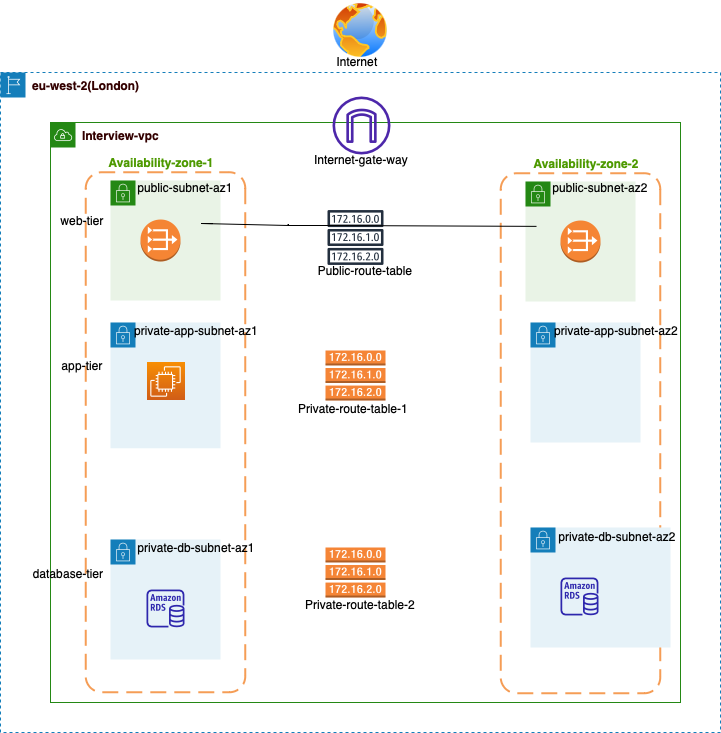
This is modules/vpc/vpc.drawio.png from Okawuma/IAC-VPC, a draw.io export, as it was before one commit. Source tidied: cells renumbered, new cells last; positions are measured from the earlier drawing's top-left corner, leaving out a move shared by most shapes.
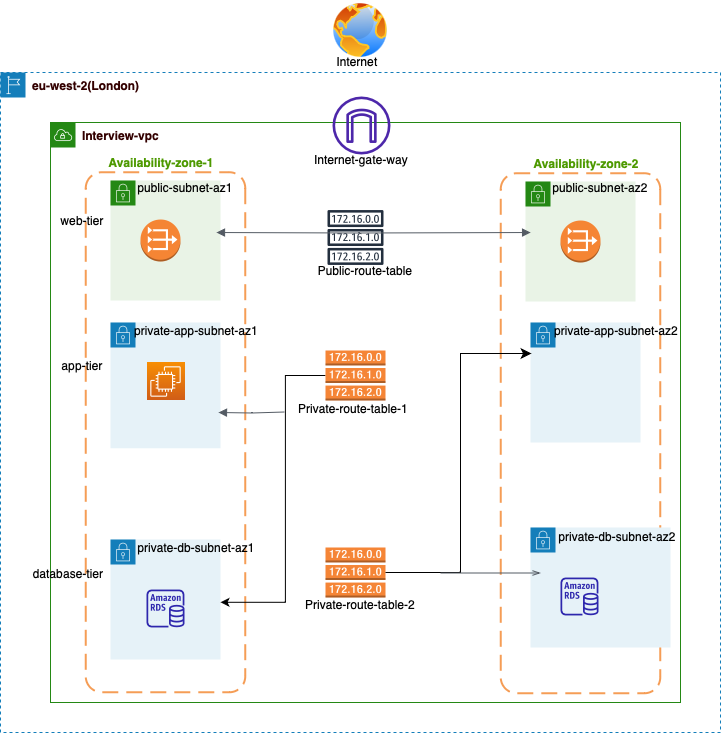
After the change.

Change to the diagram source:
```diff
@@ -59,6 +59,9 @@
     <mxCell id="20" style="sketch=0;fontColor=#232F3E;gradientColor=none;fillColor=#4D27AA;strokeColor=none;dashed=0;verticalLabelPosition=bottom;verticalAlign=top;align=center;html=1;fontSize=12;fontStyle=0;shape=mxgraph.aws4.internet_gateway;" parent="3" vertex="1">
       <mxGeometry x="282" y="-26" width="58" height="58" as="geometry" />
     </mxCell>
+    <mxCell id="39" style="edgeStyle=orthogonalEdgeStyle;rounded=0;jettySize=auto;html=1;entryX=0.827;entryY=0.155;entryDx=0;entryDy=0;entryPerimeter=0;" parent="3" edge="1" source="21" target="4">
+      <mxGeometry relative="1" as="geometry" />
+    </mxCell>
     <mxCell id="21" style="outlineConnect=0;dashed=0;verticalLabelPosition=bottom;verticalAlign=top;align=center;html=1;shape=mxgraph.aws3.route_table;fillColor=#F58536;gradientColor=none;" parent="3" vertex="1">
       <mxGeometry x="275" y="228" width="60" height="50" as="geometry" />
     </mxCell>
@@ -104,17 +107,31 @@
     <mxCell id="35" value="&lt;b&gt;Availability-zone-2&lt;/b&gt;" style="text;html=1;strokeColor=none;fillColor=none;align=center;verticalAlign=middle;whiteSpace=wrap;rounded=0;fontColor=#4D9900;" parent="3" vertex="1">
       <mxGeometry x="481" y="26" width="110" height="30" as="geometry" />
     </mxCell>
-    <mxCell id="36" style="endArrow=none;html=1;rounded=0;exitX=0.106;exitY=1.014;exitDx=0;exitDy=0;exitPerimeter=0;entryX=0.855;entryY=0.145;entryDx=0;entryDy=0;entryPerimeter=0;" parent="3" edge="1">
-      <mxGeometry relative="1" as="geometry">
-        <mxPoint x="486" y="103.9" as="sourcePoint" />
-        <mxPoint x="162.2" y="101.1" as="targetPoint" />
-        <Array as="points">
-          <mxPoint x="278" y="103" />
-          <mxPoint x="238" y="103" />
-          <mxPoint x="151" y="101" />
-        </Array>
-      </mxGeometry>
-    </mxCell>
+    <mxCell id="40" style="edgeStyle=elbowEdgeStyle;elbow=horizontal;endArrow=classic;html=1;curved=0;rounded=0;endSize=8;startSize=8;entryX=0;entryY=0.5;entryDx=0;entryDy=0;entryPerimeter=0;" parent="3" edge="1" source="22">
+      <mxGeometry relative="1" as="geometry">
+        <mxPoint x="481" y="231" as="targetPoint" />
+        <Array as="points">
+          <mxPoint x="410" y="450" />
+        </Array>
+      </mxGeometry>
+    </mxCell>
+    <mxCell id="41" style="edgeStyle=orthogonalEdgeStyle;html=1;endArrow=openThin;elbow=vertical;startArrow=none;endFill=0;strokeColor=#545B64;rounded=0;" parent="3" edge="1">
+      <mxGeometry relative="1" as="geometry">
+        <mxPoint x="390" y="450.5" as="sourcePoint" />
+        <mxPoint x="490" y="450.5" as="targetPoint" />
+      </mxGeometry>
+    </mxCell>
+    <mxCell id="42" style="edgeStyle=orthogonalEdgeStyle;html=1;endArrow=none;elbow=vertical;startArrow=block;startFill=1;strokeColor=#545B64;rounded=0;" parent="3" edge="1">
+      <mxGeometry relative="1" as="geometry">
+        <mxPoint x="168" y="290" as="sourcePoint" />
+        <mxPoint x="234" y="289.5" as="targetPoint" />
+      </mxGeometry>
+    </mxCell>
+    <mxCell id="43" style="edgeStyle=orthogonalEdgeStyle;html=1;endArrow=block;elbow=vertical;startArrow=block;startFill=1;endFill=1;strokeColor=#545B64;rounded=0;exitX=0.25;exitY=0.31;exitDx=0;exitDy=0;exitPerimeter=0;entryX=0.114;entryY=0.813;entryDx=0;entryDy=0;entryPerimeter=0;" parent="3" edge="1" target="8">
+      <mxGeometry relative="1" as="geometry">
+        <mxPoint x="166" y="110" as="sourcePoint" />
+      </mxGeometry>
+    </mxCell>
     <mxCell id="37" style="image;perimeter=ellipsePerimeter;html=1;align=center;shadow=0;dashed=0;spacingTop=3;image=img/lib/active_directory/internet_globe.svg;" parent="1" vertex="1">
       <mxGeometry x="425" width="60" height="60" as="geometry" />
     </mxCell>
```
